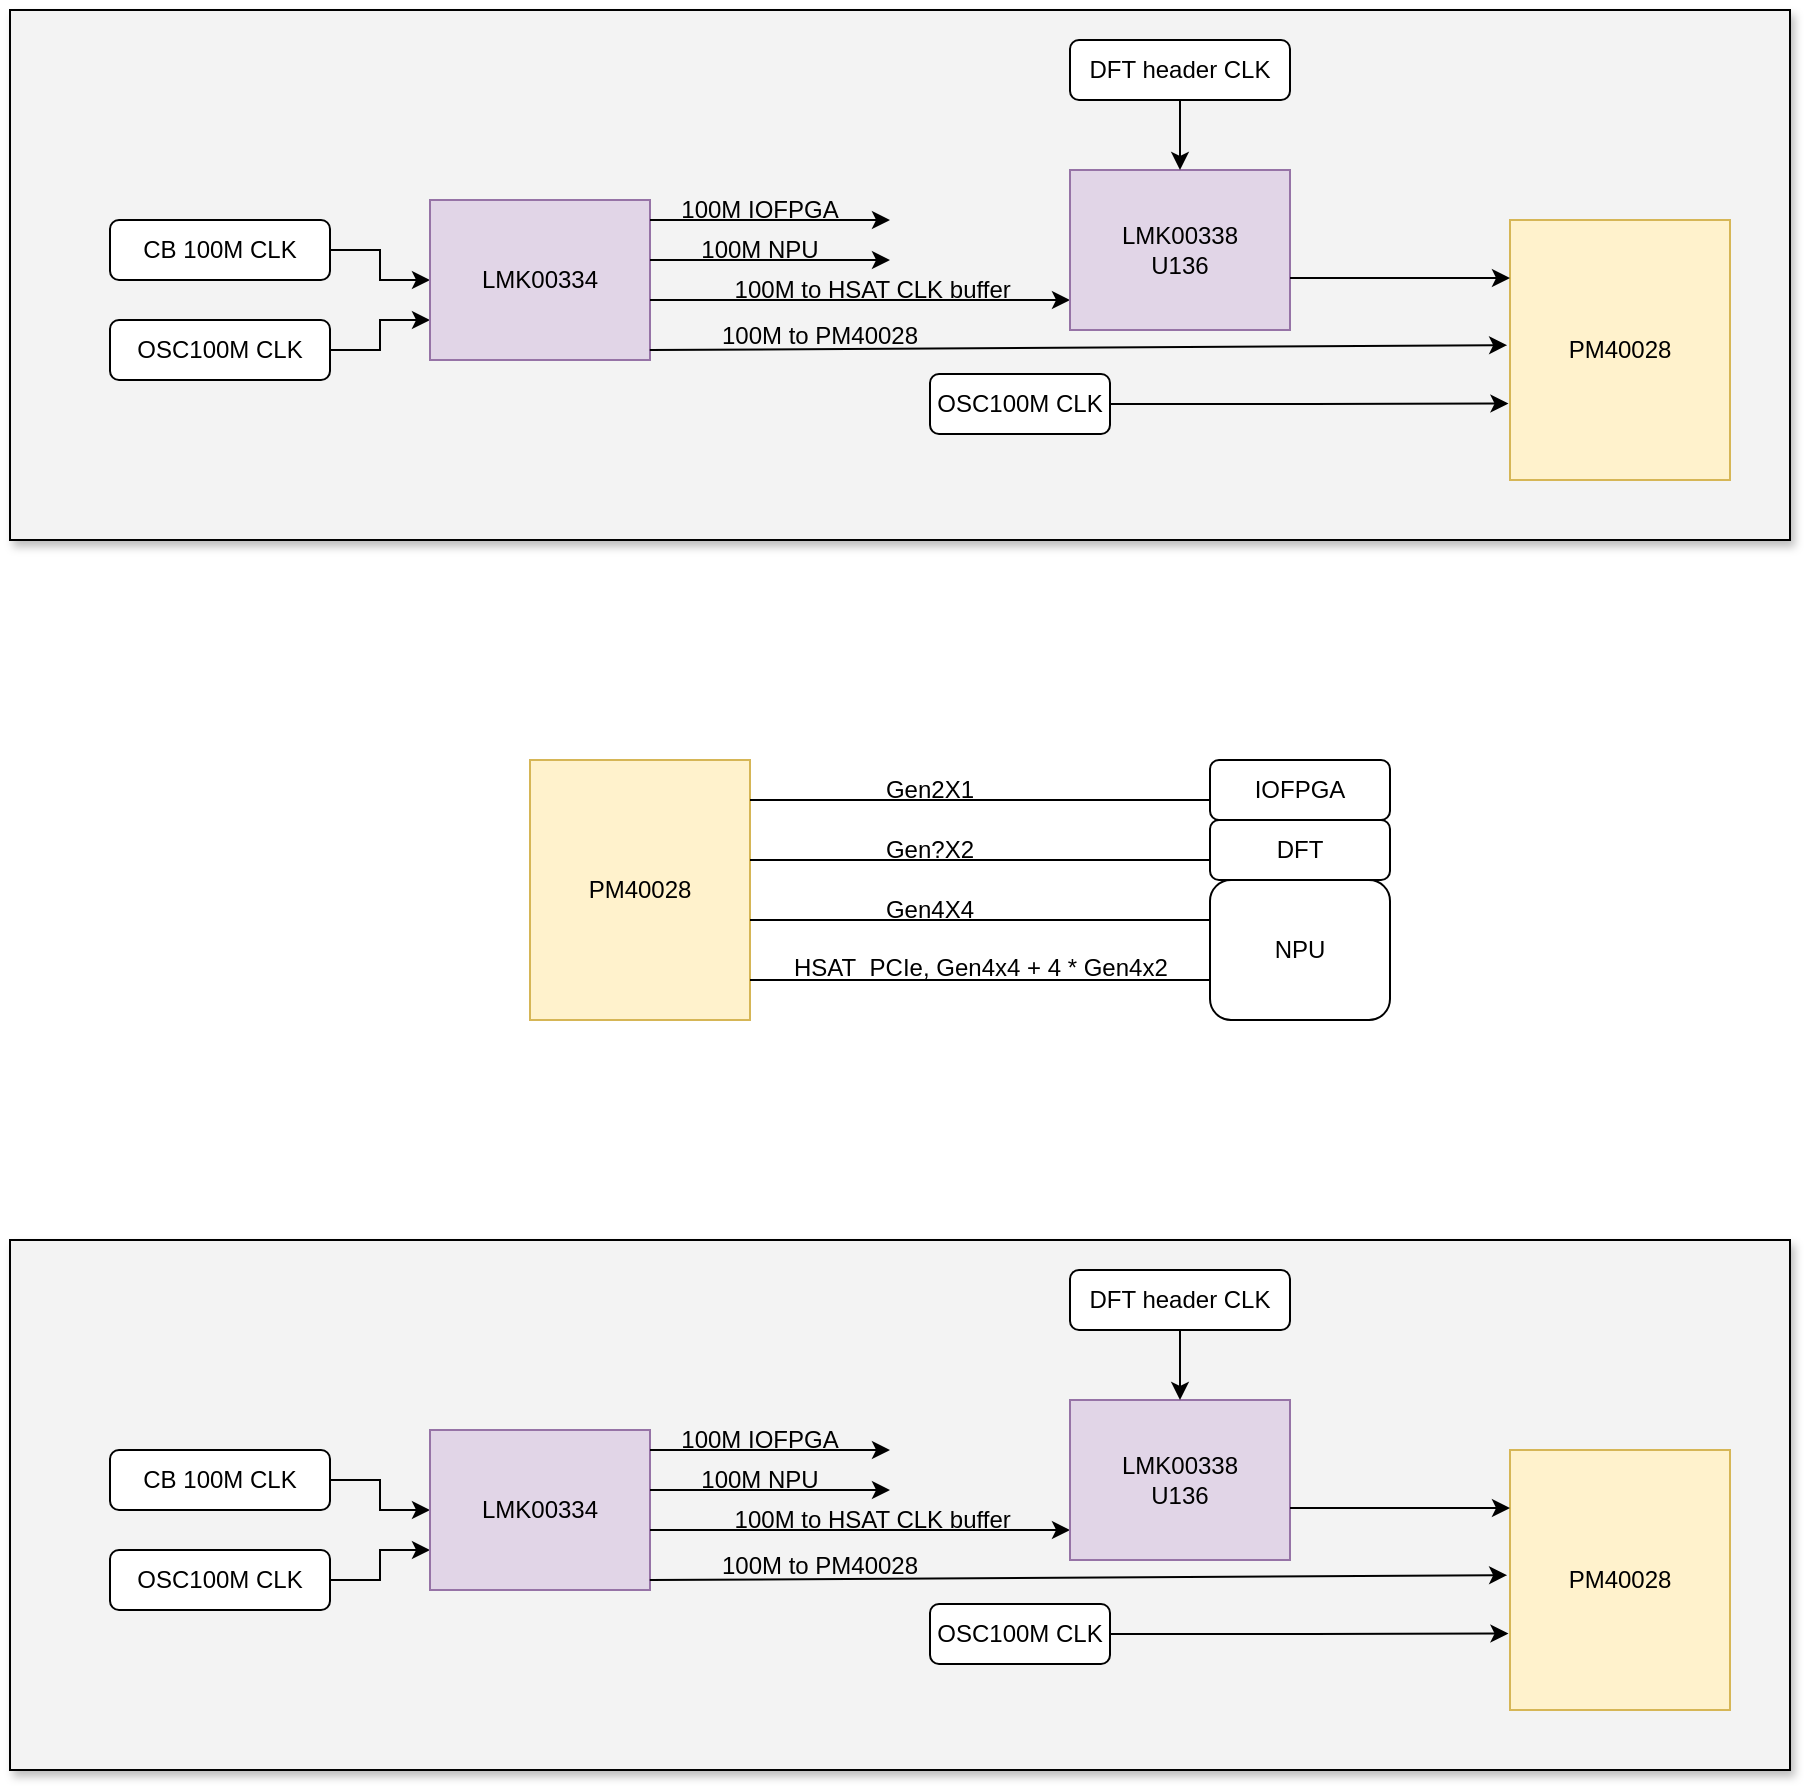
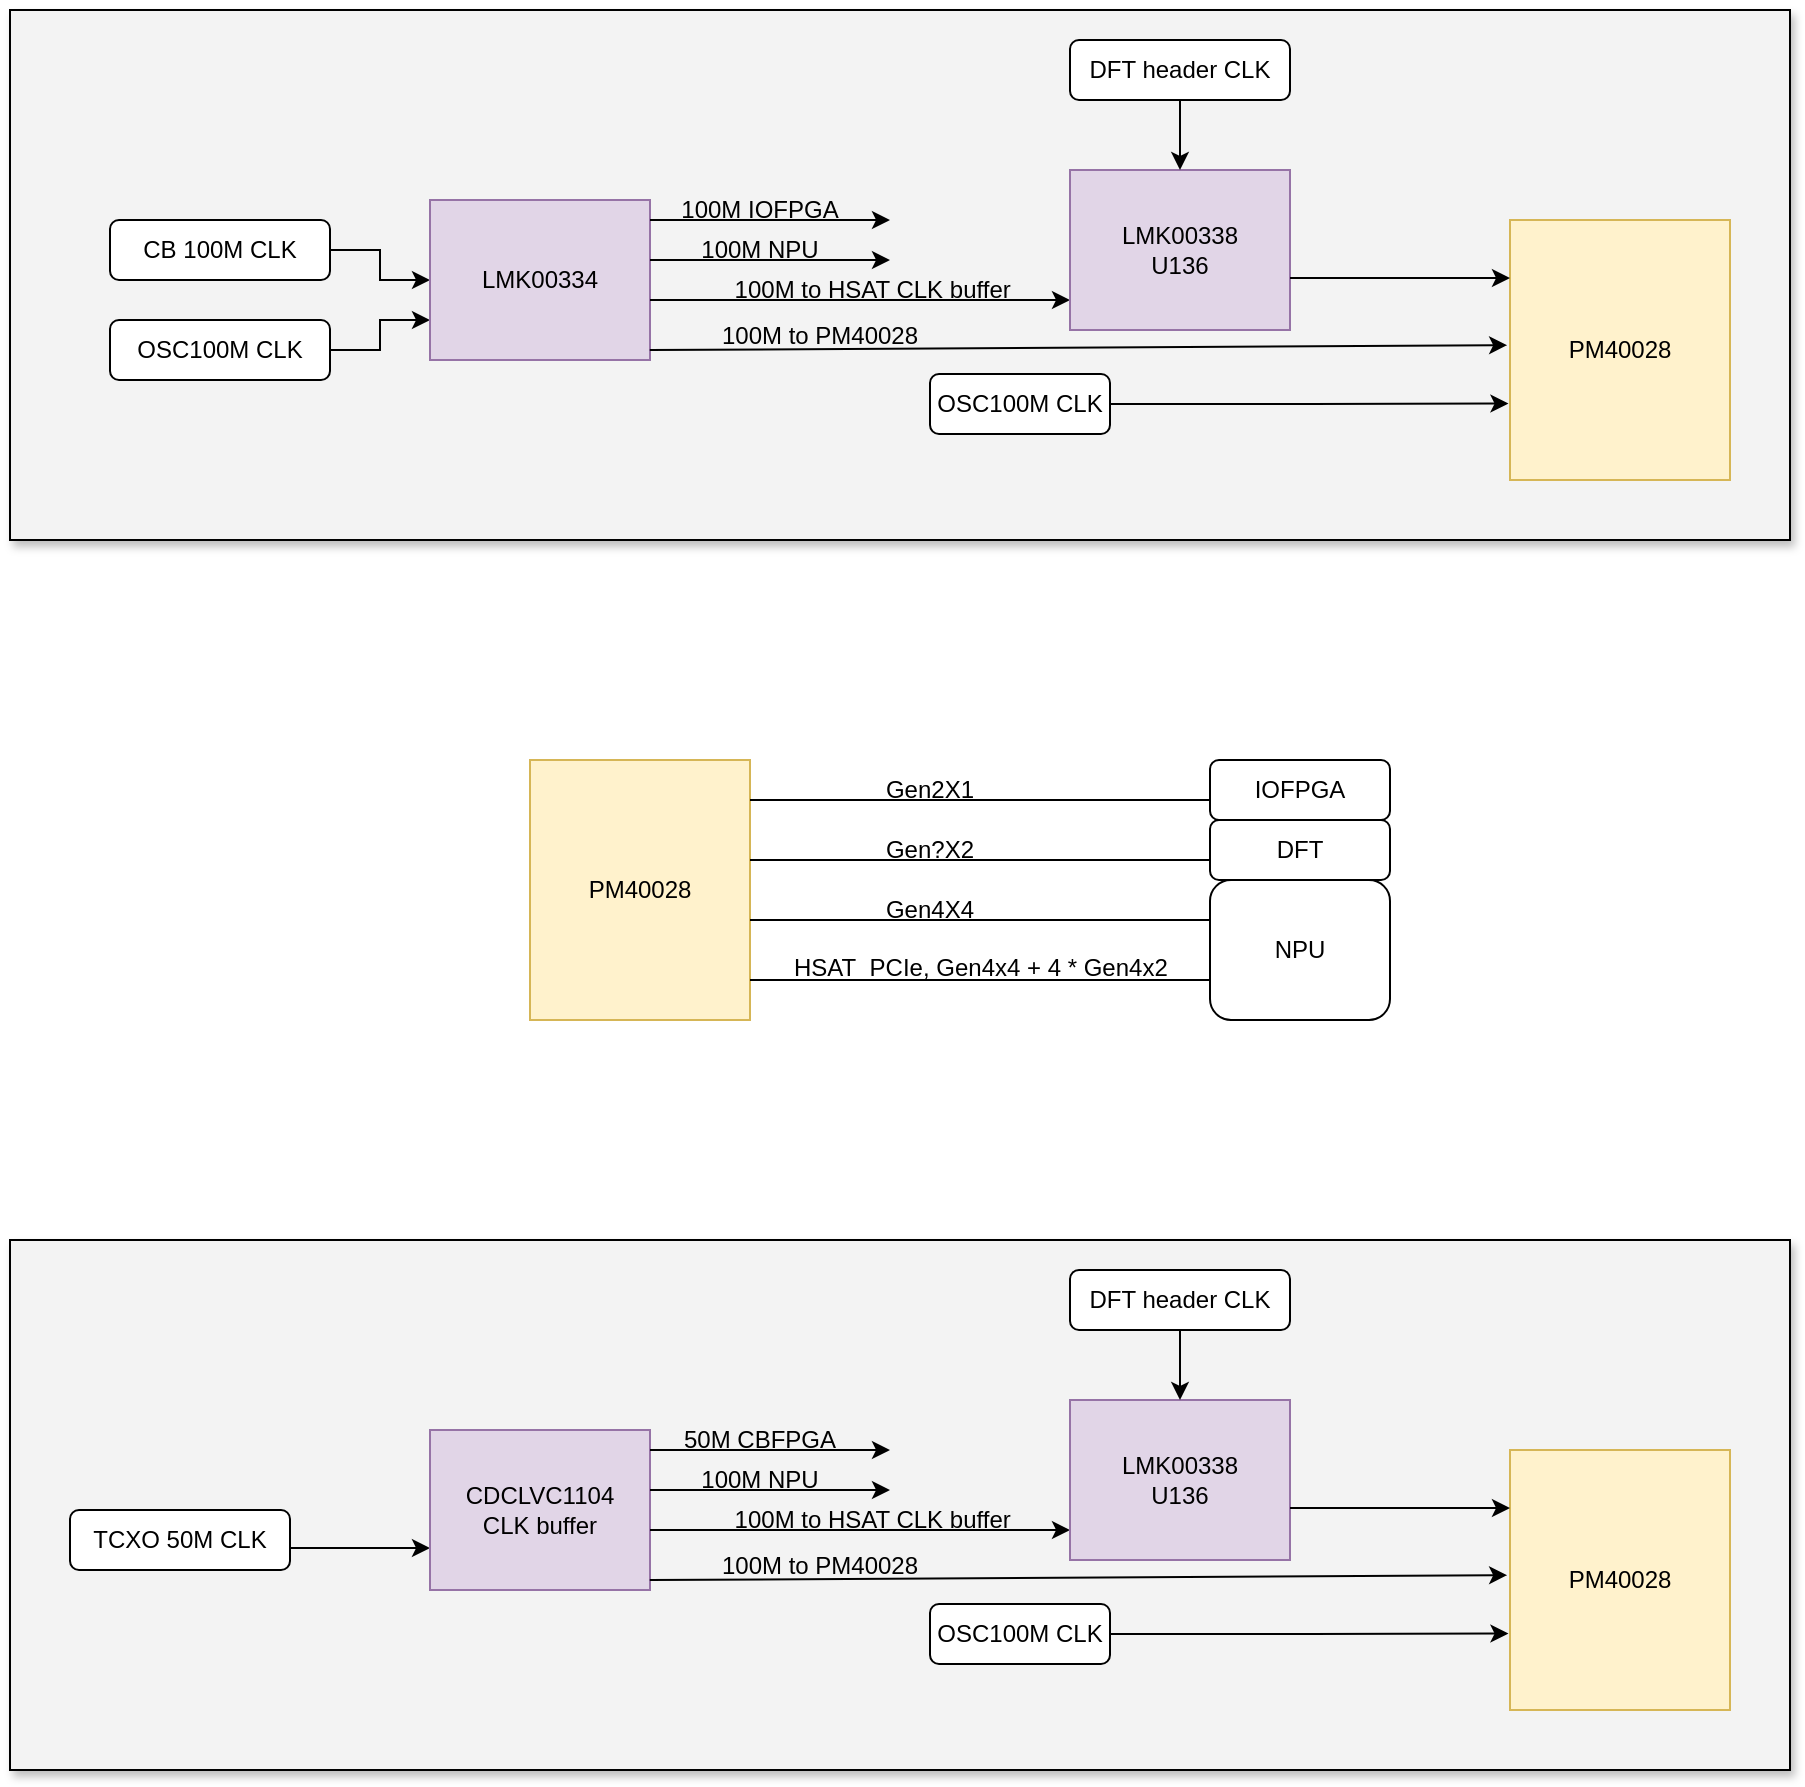
<mxfile host="app.diagrams.net">
  <diagram name="Page-1" id="cJ1i2ZrDSGZ8loSRIs3i">
-     <mxGraphModel dx="1256" dy="625" grid="1" gridSize="10" guides="1" tooltips="1" connect="1" arrows="1" fold="1" page="1" pageScale="1" pageWidth="850" pageHeight="1100" math="0" shadow="0">
+     <mxGraphModel dx="874" dy="435" grid="1" gridSize="10" guides="1" tooltips="1" connect="1" arrows="1" fold="1" page="1" pageScale="1" pageWidth="850" pageHeight="1100" math="0" shadow="0">
      <root>
        <mxCell id="0" />
        <mxCell id="1" parent="0" />
        <mxCell id="sCWqNb8X9fbYyOMFXr9O-35" parent="1" style="rounded=0;whiteSpace=wrap;html=1;shadow=1;fillColor=#F3F3F3;" value="" vertex="1">
          <mxGeometry height="265" width="890" x="150" y="95" as="geometry" />
        </mxCell>
        <mxCell id="sCWqNb8X9fbYyOMFXr9O-10" edge="1" parent="1" source="sCWqNb8X9fbYyOMFXr9O-2" style="edgeStyle=orthogonalEdgeStyle;rounded=0;orthogonalLoop=1;jettySize=auto;html=1;exitX=1;exitY=0.5;exitDx=0;exitDy=0;" target="sCWqNb8X9fbYyOMFXr9O-5">
          <mxGeometry relative="1" as="geometry" />
        </mxCell>
        <mxCell id="sCWqNb8X9fbYyOMFXr9O-2" parent="1" style="rounded=1;whiteSpace=wrap;html=1;" value="CB 100M CLK" vertex="1">
          <mxGeometry height="30" width="110" x="200" y="200" as="geometry" />
        </mxCell>
        <mxCell id="sCWqNb8X9fbYyOMFXr9O-9" edge="1" parent="1" source="sCWqNb8X9fbYyOMFXr9O-3" style="edgeStyle=orthogonalEdgeStyle;rounded=0;orthogonalLoop=1;jettySize=auto;html=1;exitX=1;exitY=0.5;exitDx=0;exitDy=0;entryX=0;entryY=0.75;entryDx=0;entryDy=0;" target="sCWqNb8X9fbYyOMFXr9O-5">
          <mxGeometry relative="1" as="geometry" />
        </mxCell>
        <mxCell id="sCWqNb8X9fbYyOMFXr9O-3" parent="1" style="rounded=1;whiteSpace=wrap;html=1;" value="OSC100M CLK" vertex="1">
          <mxGeometry height="30" width="110" x="200" y="250" as="geometry" />
        </mxCell>
        <mxCell id="sCWqNb8X9fbYyOMFXr9O-5" parent="1" style="rounded=0;whiteSpace=wrap;html=1;fillColor=#e1d5e7;strokeColor=#9673a6;" value="&lt;span style=&quot;text-align: left;&quot;&gt;LMK00334&lt;/span&gt;" vertex="1">
          <mxGeometry height="80" width="110" x="360" y="190" as="geometry" />
        </mxCell>
        <mxCell id="sCWqNb8X9fbYyOMFXr9O-11" edge="1" parent="1" style="endArrow=classic;html=1;rounded=0;" value="">
          <mxGeometry height="50" relative="1" width="50" as="geometry">
            <mxPoint x="470" y="200" as="sourcePoint" />
            <mxPoint x="590" y="200" as="targetPoint" />
          </mxGeometry>
        </mxCell>
        <mxCell id="sCWqNb8X9fbYyOMFXr9O-12" parent="1" style="text;html=1;whiteSpace=wrap;strokeColor=none;fillColor=none;align=center;verticalAlign=middle;rounded=0;" value="100M IOFPGA" vertex="1">
          <mxGeometry height="30" width="100" x="475" y="180" as="geometry" />
        </mxCell>
        <mxCell id="sCWqNb8X9fbYyOMFXr9O-13" edge="1" parent="1" style="endArrow=classic;html=1;rounded=0;" value="">
          <mxGeometry height="50" relative="1" width="50" as="geometry">
            <mxPoint x="470" y="220" as="sourcePoint" />
            <mxPoint x="590" y="220" as="targetPoint" />
          </mxGeometry>
        </mxCell>
        <mxCell id="sCWqNb8X9fbYyOMFXr9O-14" parent="1" style="text;html=1;whiteSpace=wrap;strokeColor=none;fillColor=none;align=center;verticalAlign=middle;rounded=0;" value="100M NPU" vertex="1">
          <mxGeometry height="30" width="200" x="425" y="200" as="geometry" />
        </mxCell>
        <mxCell id="sCWqNb8X9fbYyOMFXr9O-17" edge="1" parent="1" style="endArrow=classic;html=1;rounded=0;" value="">
          <mxGeometry height="50" relative="1" width="50" as="geometry">
            <mxPoint x="470" y="240" as="sourcePoint" />
            <mxPoint x="680" y="240" as="targetPoint" />
          </mxGeometry>
        </mxCell>
        <mxCell id="sCWqNb8X9fbYyOMFXr9O-18" parent="1" style="text;html=1;whiteSpace=wrap;strokeColor=none;fillColor=none;align=center;verticalAlign=middle;rounded=0;" value="100M to HSAT CLK buffer&amp;nbsp;" vertex="1">
          <mxGeometry height="30" width="230" x="468" y="220" as="geometry" />
        </mxCell>
        <mxCell id="sCWqNb8X9fbYyOMFXr9O-21" parent="1" style="text;html=1;whiteSpace=wrap;strokeColor=none;fillColor=none;align=center;verticalAlign=middle;rounded=0;" value="100M to PM40028" vertex="1">
          <mxGeometry height="30" width="230" x="440" y="243" as="geometry" />
        </mxCell>
        <mxCell id="sCWqNb8X9fbYyOMFXr9O-23" parent="1" style="rounded=1;whiteSpace=wrap;html=1;" value="OSC100M CLK" vertex="1">
          <mxGeometry height="30" width="90" x="610" y="277" as="geometry" />
        </mxCell>
        <mxCell id="sCWqNb8X9fbYyOMFXr9O-24" parent="1" style="rounded=0;whiteSpace=wrap;html=1;fillColor=#fff2cc;strokeColor=#d6b656;" value="&lt;span style=&quot;text-align: left;&quot;&gt;PM40028&lt;/span&gt;" vertex="1">
          <mxGeometry height="130" width="110" x="900" y="200" as="geometry" />
        </mxCell>
        <mxCell id="sCWqNb8X9fbYyOMFXr9O-25" edge="1" parent="1" source="sCWqNb8X9fbYyOMFXr9O-23" style="edgeStyle=orthogonalEdgeStyle;rounded=0;orthogonalLoop=1;jettySize=auto;html=1;exitX=1;exitY=0.5;exitDx=0;exitDy=0;entryX=-0.007;entryY=0.706;entryDx=0;entryDy=0;entryPerimeter=0;" target="sCWqNb8X9fbYyOMFXr9O-24">
          <mxGeometry relative="1" as="geometry" />
        </mxCell>
        <mxCell id="sCWqNb8X9fbYyOMFXr9O-28" parent="1" style="rounded=0;whiteSpace=wrap;html=1;fillColor=#e1d5e7;strokeColor=#9673a6;" value="&lt;span style=&quot;text-align: left;&quot;&gt;LMK00338&lt;/span&gt;&lt;div&gt;&lt;span style=&quot;text-align: left;&quot;&gt;U136&lt;/span&gt;&lt;/div&gt;" vertex="1">
          <mxGeometry height="80" width="110" x="680" y="175" as="geometry" />
        </mxCell>
        <mxCell id="sCWqNb8X9fbYyOMFXr9O-30" edge="1" parent="1" style="endArrow=classic;html=1;rounded=0;exitX=0.13;exitY=0.667;exitDx=0;exitDy=0;exitPerimeter=0;entryX=-0.013;entryY=0.443;entryDx=0;entryDy=0;entryPerimeter=0;" value="">
          <mxGeometry height="50" relative="1" width="50" as="geometry">
            <mxPoint x="469.9000000000001" y="265.01" as="sourcePoint" />
            <mxPoint x="898.5699999999999" y="262.59000000000003" as="targetPoint" />
          </mxGeometry>
        </mxCell>
        <mxCell id="sCWqNb8X9fbYyOMFXr9O-31" edge="1" parent="1" style="endArrow=classic;html=1;rounded=0;" value="">
          <mxGeometry height="50" relative="1" width="50" as="geometry">
            <mxPoint x="790" y="229" as="sourcePoint" />
            <mxPoint x="900" y="229" as="targetPoint" />
          </mxGeometry>
        </mxCell>
        <mxCell id="sCWqNb8X9fbYyOMFXr9O-33" edge="1" parent="1" source="sCWqNb8X9fbYyOMFXr9O-32" style="edgeStyle=orthogonalEdgeStyle;rounded=0;orthogonalLoop=1;jettySize=auto;html=1;exitX=0.5;exitY=1;exitDx=0;exitDy=0;entryX=0.5;entryY=0;entryDx=0;entryDy=0;" target="sCWqNb8X9fbYyOMFXr9O-28">
          <mxGeometry relative="1" as="geometry" />
        </mxCell>
        <mxCell id="sCWqNb8X9fbYyOMFXr9O-32" parent="1" style="rounded=1;whiteSpace=wrap;html=1;" value="DFT header CLK" vertex="1">
          <mxGeometry height="30" width="110" x="680" y="110" as="geometry" />
        </mxCell>
        <mxCell id="sCWqNb8X9fbYyOMFXr9O-34" parent="1" style="rounded=0;whiteSpace=wrap;html=1;fillColor=#fff2cc;strokeColor=#d6b656;" value="&lt;span style=&quot;text-align: left;&quot;&gt;PM40028&lt;/span&gt;" vertex="1">
          <mxGeometry height="130" width="110" x="410" y="470" as="geometry" />
        </mxCell>
        <mxCell id="sCWqNb8X9fbYyOMFXr9O-36" edge="1" parent="1" style="endArrow=none;html=1;rounded=0;" value="">
          <mxGeometry height="50" relative="1" width="50" as="geometry">
            <mxPoint x="520" y="490" as="sourcePoint" />
            <mxPoint x="750" y="490" as="targetPoint" />
          </mxGeometry>
        </mxCell>
        <mxCell id="sCWqNb8X9fbYyOMFXr9O-37" parent="1" style="text;html=1;whiteSpace=wrap;strokeColor=none;fillColor=none;align=center;verticalAlign=middle;rounded=0;" value="Gen2X1" vertex="1">
          <mxGeometry height="30" width="60" x="580" y="470" as="geometry" />
        </mxCell>
        <mxCell id="sCWqNb8X9fbYyOMFXr9O-38" parent="1" style="rounded=1;whiteSpace=wrap;html=1;" value="IOFPGA" vertex="1">
          <mxGeometry height="30" width="90" x="750" y="470" as="geometry" />
        </mxCell>
        <mxCell id="sCWqNb8X9fbYyOMFXr9O-39" edge="1" parent="1" style="endArrow=none;html=1;rounded=0;" value="">
          <mxGeometry height="50" relative="1" width="50" as="geometry">
            <mxPoint x="520" y="520" as="sourcePoint" />
            <mxPoint x="750" y="520" as="targetPoint" />
          </mxGeometry>
        </mxCell>
        <mxCell id="sCWqNb8X9fbYyOMFXr9O-41" parent="1" style="rounded=1;whiteSpace=wrap;html=1;" value="DFT" vertex="1">
          <mxGeometry height="30" width="90" x="750" y="500" as="geometry" />
        </mxCell>
        <mxCell id="sCWqNb8X9fbYyOMFXr9O-42" parent="1" style="text;html=1;whiteSpace=wrap;strokeColor=none;fillColor=none;align=center;verticalAlign=middle;rounded=0;" value="Gen?X2" vertex="1">
          <mxGeometry height="30" width="60" x="580" y="500" as="geometry" />
        </mxCell>
        <mxCell id="sCWqNb8X9fbYyOMFXr9O-43" edge="1" parent="1" style="endArrow=none;html=1;rounded=0;" value="">
          <mxGeometry height="50" relative="1" width="50" as="geometry">
            <mxPoint x="520" y="550" as="sourcePoint" />
            <mxPoint x="750" y="550" as="targetPoint" />
          </mxGeometry>
        </mxCell>
        <mxCell id="sCWqNb8X9fbYyOMFXr9O-44" parent="1" style="text;html=1;whiteSpace=wrap;strokeColor=none;fillColor=none;align=center;verticalAlign=middle;rounded=0;" value="Gen4X4" vertex="1">
          <mxGeometry height="30" width="60" x="580" y="530" as="geometry" />
        </mxCell>
        <mxCell id="sCWqNb8X9fbYyOMFXr9O-45" parent="1" style="rounded=1;whiteSpace=wrap;html=1;" value="NPU" vertex="1">
          <mxGeometry height="70" width="90" x="750" y="530" as="geometry" />
        </mxCell>
        <mxCell id="sCWqNb8X9fbYyOMFXr9O-46" parent="1" style="text;whiteSpace=wrap;" value="HSAT_PCIe, Gen4x4 + 4 * Gen4x2" vertex="1">
          <mxGeometry height="40" width="220" x="540" y="560" as="geometry" />
        </mxCell>
        <mxCell id="sCWqNb8X9fbYyOMFXr9O-47" edge="1" parent="1" style="endArrow=none;html=1;rounded=0;" value="">
          <mxGeometry height="50" relative="1" width="50" as="geometry">
            <mxPoint x="520" y="580" as="sourcePoint" />
            <mxPoint x="750" y="580" as="targetPoint" />
          </mxGeometry>
        </mxCell>
        <mxCell id="e3QmtQfYv6nuG32EM7W0-1" parent="1" style="rounded=0;whiteSpace=wrap;html=1;shadow=1;fillColor=#F3F3F3;" value="" vertex="1">
          <mxGeometry height="265" width="890" x="150" y="710" as="geometry" />
        </mxCell>
-         <mxCell id="e3QmtQfYv6nuG32EM7W0-2" edge="1" parent="1" source="e3QmtQfYv6nuG32EM7W0-3" style="edgeStyle=orthogonalEdgeStyle;rounded=0;orthogonalLoop=1;jettySize=auto;html=1;exitX=1;exitY=0.5;exitDx=0;exitDy=0;" target="e3QmtQfYv6nuG32EM7W0-6">
-           <mxGeometry relative="1" as="geometry" />
-         </mxCell>
-         <mxCell id="e3QmtQfYv6nuG32EM7W0-3" parent="1" style="rounded=1;whiteSpace=wrap;html=1;" value="CB 100M CLK" vertex="1">
-           <mxGeometry height="30" width="110" x="200" y="815" as="geometry" />
-         </mxCell>
-         <mxCell id="e3QmtQfYv6nuG32EM7W0-4" edge="1" parent="1" source="e3QmtQfYv6nuG32EM7W0-5" style="edgeStyle=orthogonalEdgeStyle;rounded=0;orthogonalLoop=1;jettySize=auto;html=1;exitX=1;exitY=0.5;exitDx=0;exitDy=0;entryX=0;entryY=0.75;entryDx=0;entryDy=0;" target="e3QmtQfYv6nuG32EM7W0-6">
-           <mxGeometry relative="1" as="geometry" />
-         </mxCell>
-         <mxCell id="e3QmtQfYv6nuG32EM7W0-5" parent="1" style="rounded=1;whiteSpace=wrap;html=1;" value="OSC100M CLK" vertex="1">
-           <mxGeometry height="30" width="110" x="200" y="865" as="geometry" />
-         </mxCell>
-         <mxCell id="e3QmtQfYv6nuG32EM7W0-6" parent="1" style="rounded=0;whiteSpace=wrap;html=1;fillColor=#e1d5e7;strokeColor=#9673a6;" value="&lt;span style=&quot;text-align: left;&quot;&gt;LMK00334&lt;/span&gt;" vertex="1">
+         <mxCell id="e3QmtQfYv6nuG32EM7W0-4" edge="1" parent="1" source="e3QmtQfYv6nuG32EM7W0-5" style="edgeStyle=orthogonalEdgeStyle;rounded=0;orthogonalLoop=1;jettySize=auto;html=1;exitX=1;exitY=0.5;exitDx=0;exitDy=0;entryX=0;entryY=0.75;entryDx=0;entryDy=0;">
+           <mxGeometry relative="1" as="geometry">
+             <Array as="points">
+               <mxPoint x="280" y="864" />
+             </Array>
+             <mxPoint x="310" y="839" as="sourcePoint" />
+             <mxPoint x="360" y="864" as="targetPoint" />
+           </mxGeometry>
+         </mxCell>
+         <mxCell id="e3QmtQfYv6nuG32EM7W0-5" parent="1" style="rounded=1;whiteSpace=wrap;html=1;" value="TCXO 50M CLK" vertex="1">
+           <mxGeometry height="30" width="110" x="180" y="845" as="geometry" />
+         </mxCell>
+         <mxCell id="e3QmtQfYv6nuG32EM7W0-6" parent="1" style="rounded=0;whiteSpace=wrap;html=1;fillColor=#e1d5e7;strokeColor=#9673a6;" value="&lt;span style=&quot;text-align: left;&quot;&gt;CDCLVC1104&lt;/span&gt;&lt;div&gt;&lt;span style=&quot;text-align: left;&quot;&gt;CLK buffer&lt;/span&gt;&lt;/div&gt;" vertex="1">
          <mxGeometry height="80" width="110" x="360" y="805" as="geometry" />
        </mxCell>
        <mxCell id="e3QmtQfYv6nuG32EM7W0-7" edge="1" parent="1" style="endArrow=classic;html=1;rounded=0;" value="">
          <mxGeometry height="50" relative="1" width="50" as="geometry">
            <mxPoint x="470" y="815" as="sourcePoint" />
            <mxPoint x="590" y="815" as="targetPoint" />
          </mxGeometry>
        </mxCell>
-         <mxCell id="e3QmtQfYv6nuG32EM7W0-8" parent="1" style="text;html=1;whiteSpace=wrap;strokeColor=none;fillColor=none;align=center;verticalAlign=middle;rounded=0;" value="100M IOFPGA" vertex="1">
+         <mxCell id="e3QmtQfYv6nuG32EM7W0-8" parent="1" style="text;html=1;whiteSpace=wrap;strokeColor=none;fillColor=none;align=center;verticalAlign=middle;rounded=0;" value="50M CBFPGA" vertex="1">
          <mxGeometry height="30" width="100" x="475" y="795" as="geometry" />
        </mxCell>
        <mxCell id="e3QmtQfYv6nuG32EM7W0-9" edge="1" parent="1" style="endArrow=classic;html=1;rounded=0;" value="">
          <mxGeometry height="50" relative="1" width="50" as="geometry">
            <mxPoint x="470" y="835" as="sourcePoint" />
            <mxPoint x="590" y="835" as="targetPoint" />
          </mxGeometry>
        </mxCell>
        <mxCell id="e3QmtQfYv6nuG32EM7W0-10" parent="1" style="text;html=1;whiteSpace=wrap;strokeColor=none;fillColor=none;align=center;verticalAlign=middle;rounded=0;" value="100M NPU" vertex="1">
          <mxGeometry height="30" width="200" x="425" y="815" as="geometry" />
        </mxCell>
        <mxCell id="e3QmtQfYv6nuG32EM7W0-11" edge="1" parent="1" style="endArrow=classic;html=1;rounded=0;" value="">
          <mxGeometry height="50" relative="1" width="50" as="geometry">
            <mxPoint x="470" y="855" as="sourcePoint" />
            <mxPoint x="680" y="855" as="targetPoint" />
          </mxGeometry>
        </mxCell>
        <mxCell id="e3QmtQfYv6nuG32EM7W0-12" parent="1" style="text;html=1;whiteSpace=wrap;strokeColor=none;fillColor=none;align=center;verticalAlign=middle;rounded=0;" value="100M to HSAT CLK buffer&amp;nbsp;" vertex="1">
          <mxGeometry height="30" width="230" x="468" y="835" as="geometry" />
        </mxCell>
        <mxCell id="e3QmtQfYv6nuG32EM7W0-13" parent="1" style="text;html=1;whiteSpace=wrap;strokeColor=none;fillColor=none;align=center;verticalAlign=middle;rounded=0;" value="100M to PM40028" vertex="1">
          <mxGeometry height="30" width="230" x="440" y="858" as="geometry" />
        </mxCell>
        <mxCell id="e3QmtQfYv6nuG32EM7W0-14" parent="1" style="rounded=1;whiteSpace=wrap;html=1;" value="OSC100M CLK" vertex="1">
          <mxGeometry height="30" width="90" x="610" y="892" as="geometry" />
        </mxCell>
        <mxCell id="e3QmtQfYv6nuG32EM7W0-15" parent="1" style="rounded=0;whiteSpace=wrap;html=1;fillColor=#fff2cc;strokeColor=#d6b656;" value="&lt;span style=&quot;text-align: left;&quot;&gt;PM40028&lt;/span&gt;" vertex="1">
          <mxGeometry height="130" width="110" x="900" y="815" as="geometry" />
        </mxCell>
        <mxCell id="e3QmtQfYv6nuG32EM7W0-16" edge="1" parent="1" source="e3QmtQfYv6nuG32EM7W0-14" style="edgeStyle=orthogonalEdgeStyle;rounded=0;orthogonalLoop=1;jettySize=auto;html=1;exitX=1;exitY=0.5;exitDx=0;exitDy=0;entryX=-0.007;entryY=0.706;entryDx=0;entryDy=0;entryPerimeter=0;" target="e3QmtQfYv6nuG32EM7W0-15">
          <mxGeometry relative="1" as="geometry" />
        </mxCell>
        <mxCell id="e3QmtQfYv6nuG32EM7W0-17" parent="1" style="rounded=0;whiteSpace=wrap;html=1;fillColor=#e1d5e7;strokeColor=#9673a6;" value="&lt;span style=&quot;text-align: left;&quot;&gt;LMK00338&lt;/span&gt;&lt;div&gt;&lt;span style=&quot;text-align: left;&quot;&gt;U136&lt;/span&gt;&lt;/div&gt;" vertex="1">
          <mxGeometry height="80" width="110" x="680" y="790" as="geometry" />
        </mxCell>
        <mxCell id="e3QmtQfYv6nuG32EM7W0-18" edge="1" parent="1" style="endArrow=classic;html=1;rounded=0;exitX=0.13;exitY=0.667;exitDx=0;exitDy=0;exitPerimeter=0;entryX=-0.013;entryY=0.443;entryDx=0;entryDy=0;entryPerimeter=0;" value="">
          <mxGeometry height="50" relative="1" width="50" as="geometry">
            <mxPoint x="469.9000000000001" y="880.01" as="sourcePoint" />
            <mxPoint x="898.5699999999999" y="877.59" as="targetPoint" />
          </mxGeometry>
        </mxCell>
        <mxCell id="e3QmtQfYv6nuG32EM7W0-19" edge="1" parent="1" style="endArrow=classic;html=1;rounded=0;" value="">
          <mxGeometry height="50" relative="1" width="50" as="geometry">
            <mxPoint x="790" y="844" as="sourcePoint" />
            <mxPoint x="900" y="844" as="targetPoint" />
          </mxGeometry>
        </mxCell>
        <mxCell id="e3QmtQfYv6nuG32EM7W0-20" edge="1" parent="1" source="e3QmtQfYv6nuG32EM7W0-21" style="edgeStyle=orthogonalEdgeStyle;rounded=0;orthogonalLoop=1;jettySize=auto;html=1;exitX=0.5;exitY=1;exitDx=0;exitDy=0;entryX=0.5;entryY=0;entryDx=0;entryDy=0;" target="e3QmtQfYv6nuG32EM7W0-17">
          <mxGeometry relative="1" as="geometry" />
        </mxCell>
        <mxCell id="e3QmtQfYv6nuG32EM7W0-21" parent="1" style="rounded=1;whiteSpace=wrap;html=1;" value="DFT header CLK" vertex="1">
          <mxGeometry height="30" width="110" x="680" y="725" as="geometry" />
        </mxCell>
      </root>
    </mxGraphModel>
  </diagram>
</mxfile>
